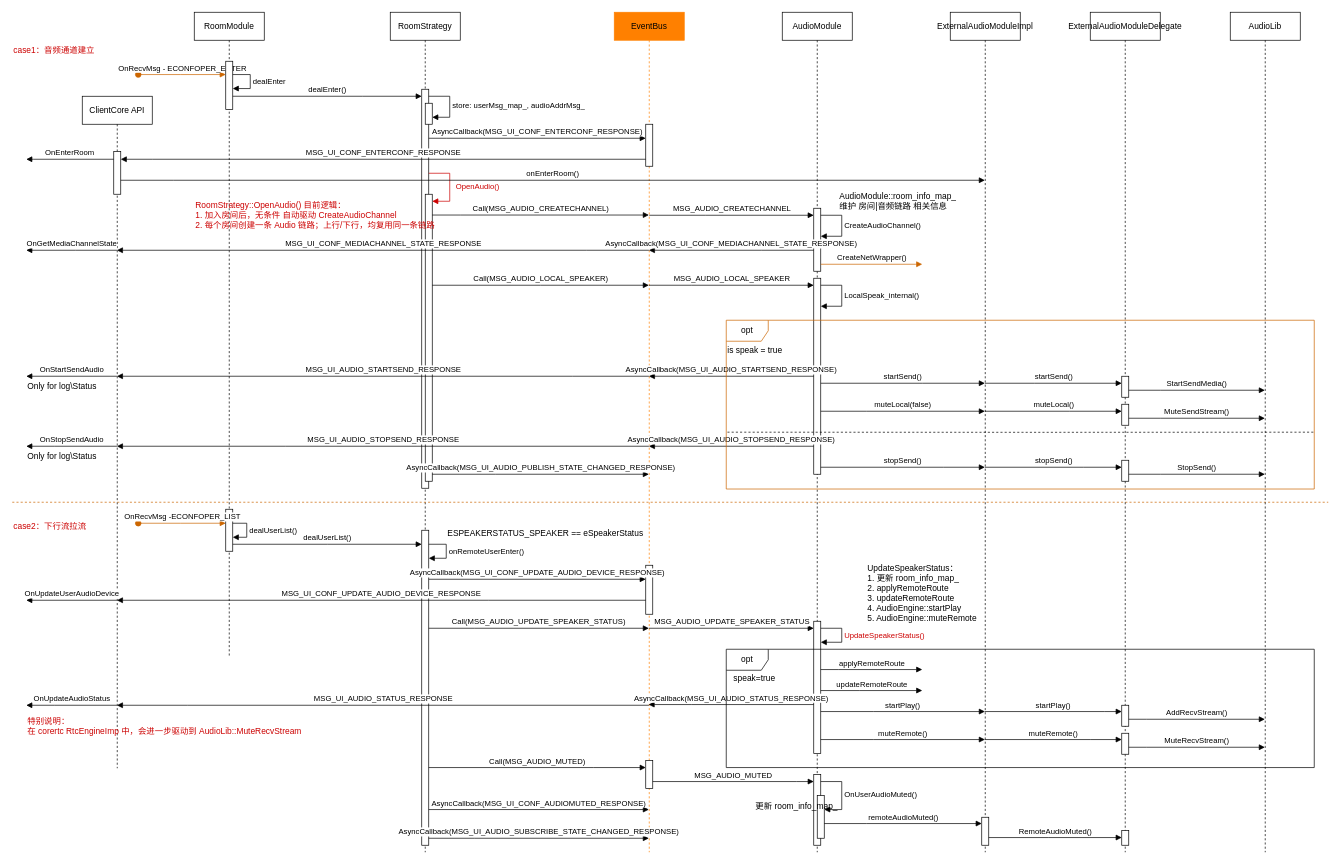
Earlier version of the draw.io diagram audio-channel.drawio (cnnop007/arch-docs). Source tidied: cells renumbered, new cells numbered last; positions are measured from the earlier drawing's top-left corner, leaving out a move shared by most shapes. Both pictures are drawn from the tidied source at 70%, with x=0, y=0 at pixel (12, 12).
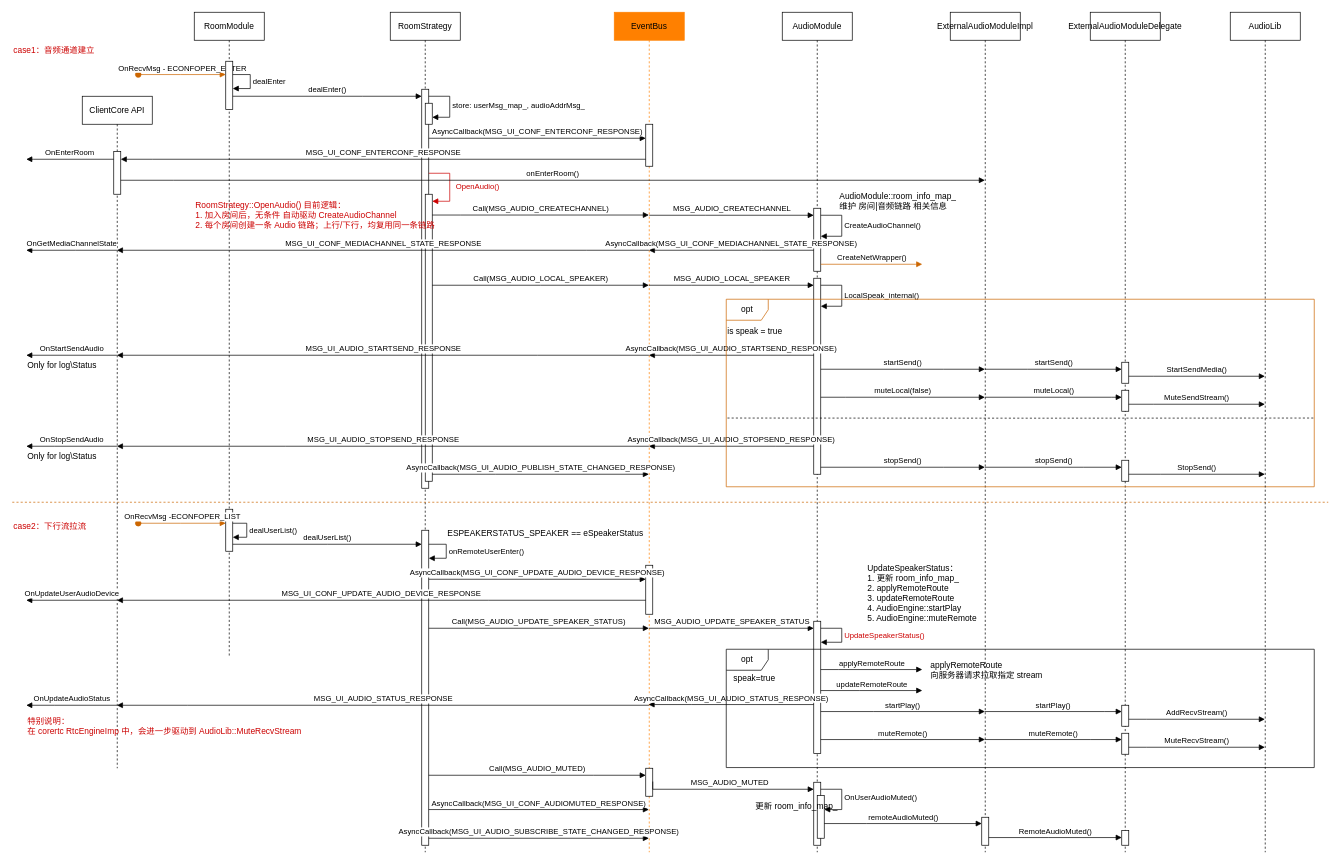
After the change.

The change refers to these unchanged cells:
```xml
<mxCell id="14" style="html=1;points=[];perimeter=orthogonalPerimeter;outlineConnect=0;targetShapes=umlLifeline;portConstraint=eastwest;newEdgeStyle={&quot;edgeStyle&quot;:&quot;elbowEdgeStyle&quot;,&quot;elbow&quot;:&quot;vertical&quot;,&quot;curved&quot;:0,&quot;rounded&quot;:0};" parent="8" vertex="1">
  <mxGeometry x="45" y="740" width="10" height="450" as="geometry" />
</mxCell>
<mxCell id="17" value="EventBus" style="shape=umlLifeline;perimeter=lifelinePerimeter;whiteSpace=wrap;html=1;outlineConnect=0;portConstraint=eastwest;newEdgeStyle={&quot;edgeStyle&quot;:&quot;elbowEdgeStyle&quot;,&quot;elbow&quot;:&quot;vertical&quot;,&quot;curved&quot;:0,&quot;rounded&quot;:0};strokeColor=#FF8000;fillColor=#FF8000;fontColor=#000000;" parent="1" vertex="1">
  <mxGeometry x="860" width="100" height="1200" as="geometry" />
</mxCell>
<mxCell id="22" value="ExternalAudioModuleImpl" style="shape=umlLifeline;perimeter=lifelinePerimeter;whiteSpace=wrap;html=1;outlineConnect=0;portConstraint=eastwest;newEdgeStyle={&quot;edgeStyle&quot;:&quot;elbowEdgeStyle&quot;,&quot;elbow&quot;:&quot;vertical&quot;,&quot;curved&quot;:0,&quot;rounded&quot;:0};" parent="1" vertex="1">
  <mxGeometry x="1340" width="100" height="1200" as="geometry" />
</mxCell>
<mxCell id="24" value="ClientCore API" style="shape=umlLifeline;perimeter=lifelinePerimeter;whiteSpace=wrap;html=1;outlineConnect=0;portConstraint=eastwest;newEdgeStyle={&quot;edgeStyle&quot;:&quot;elbowEdgeStyle&quot;,&quot;elbow&quot;:&quot;vertical&quot;,&quot;curved&quot;:0,&quot;rounded&quot;:0};" parent="1" vertex="1">
  <mxGeometry x="100" y="120" width="100" height="960" as="geometry" />
</mxCell>
<mxCell id="30" value="AudioModule" style="shape=umlLifeline;perimeter=lifelinePerimeter;whiteSpace=wrap;html=1;newEdgeStyle={&quot;edgeStyle&quot;:&quot;elbowEdgeStyle&quot;,&quot;elbow&quot;:&quot;vertical&quot;,&quot;curved&quot;:0,&quot;rounded&quot;:0};" parent="1" vertex="1">
  <mxGeometry x="1100" width="100" height="1200" as="geometry" />
</mxCell>
<mxCell id="33" style="html=1;points=[];perimeter=orthogonalPerimeter;outlineConnect=0;targetShapes=umlLifeline;portConstraint=eastwest;newEdgeStyle={&quot;edgeStyle&quot;:&quot;elbowEdgeStyle&quot;,&quot;elbow&quot;:&quot;vertical&quot;,&quot;curved&quot;:0,&quot;rounded&quot;:0};" parent="30" vertex="1">
  <mxGeometry x="45" y="870" width="10" height="189" as="geometry" />
</mxCell>
<mxCell id="36" style="html=1;points=[];perimeter=orthogonalPerimeter;outlineConnect=0;targetShapes=umlLifeline;portConstraint=eastwest;newEdgeStyle={&quot;edgeStyle&quot;:&quot;elbowEdgeStyle&quot;,&quot;elbow&quot;:&quot;vertical&quot;,&quot;curved&quot;:0,&quot;rounded&quot;:0};" parent="30" vertex="1">
  <mxGeometry x="50" y="1119" width="10" height="61" as="geometry" />
</mxCell>
<mxCell id="38" style="html=1;points=[];perimeter=orthogonalPerimeter;outlineConnect=0;targetShapes=umlLifeline;portConstraint=eastwest;newEdgeStyle={&quot;edgeStyle&quot;:&quot;elbowEdgeStyle&quot;,&quot;elbow&quot;:&quot;vertical&quot;,&quot;curved&quot;:0,&quot;rounded&quot;:0};" parent="30" vertex="1">
  <mxGeometry x="45" y="380" width="10" height="280" as="geometry" />
</mxCell>
<mxCell id="60" value="ExternalAudioModuleDelegate" style="shape=umlLifeline;perimeter=lifelinePerimeter;whiteSpace=wrap;html=1;newEdgeStyle={&quot;edgeStyle&quot;:&quot;elbowEdgeStyle&quot;,&quot;elbow&quot;:&quot;vertical&quot;,&quot;curved&quot;:0,&quot;rounded&quot;:0};" parent="1" vertex="1">
  <mxGeometry x="1540" width="100" height="1200" as="geometry" />
</mxCell>
<mxCell id="100" value="AudioLib" style="shape=umlLifeline;perimeter=lifelinePerimeter;whiteSpace=wrap;html=1;outlineConnect=0;portConstraint=eastwest;newEdgeStyle={&quot;edgeStyle&quot;:&quot;elbowEdgeStyle&quot;,&quot;elbow&quot;:&quot;vertical&quot;,&quot;curved&quot;:0,&quot;rounded&quot;:0};" parent="1" vertex="1">
  <mxGeometry x="1740" width="100" height="1200" as="geometry" />
</mxCell>
```

The edit, as a diff of the source:
```diff
@@
     <mxCell id="20" style="html=1;points=[];perimeter=orthogonalPerimeter;outlineConnect=0;targetShapes=umlLifeline;portConstraint=eastwest;newEdgeStyle={&quot;edgeStyle&quot;:&quot;elbowEdgeStyle&quot;,&quot;elbow&quot;:&quot;vertical&quot;,&quot;curved&quot;:0,&quot;rounded&quot;:0};" parent="17" vertex="1">
-      <mxGeometry x="45" y="1069" width="10" height="40" as="geometry" />
+      <mxGeometry x="45" y="1080" width="10" height="40" as="geometry" />
     </mxCell>
@@
     <mxCell id="35" style="html=1;points=[];perimeter=orthogonalPerimeter;outlineConnect=0;targetShapes=umlLifeline;portConstraint=eastwest;newEdgeStyle={&quot;edgeStyle&quot;:&quot;elbowEdgeStyle&quot;,&quot;elbow&quot;:&quot;vertical&quot;,&quot;curved&quot;:0,&quot;rounded&quot;:0};" parent="30" vertex="1">
-      <mxGeometry x="45" y="1089" width="10" height="101" as="geometry" />
+      <mxGeometry x="45" y="1100" width="10" height="90" as="geometry" />
     </mxCell>
@@
     <mxCell id="37" value="OnUserAudioMuted()" style="html=1;align=left;spacingLeft=2;endArrow=block;rounded=0;edgeStyle=orthogonalEdgeStyle;curved=0;rounded=0;" parent="30" edge="1" source="35" target="36">
       <mxGeometry relative="1" as="geometry">
         <Array as="points">
-          <mxPoint x="85" y="1099" />
+          <mxPoint x="85" y="1110" />
           <mxPoint x="85" y="1139" />
         </Array>
       </mxGeometry>
     </mxCell>
@@
-    <mxCell id="56" value="Call(MSG_AUDIO_MUTED)" style="html=1;verticalAlign=bottom;endArrow=block;edgeStyle=elbowEdgeStyle;elbow=vertical;curved=0;rounded=0;" parent="1" edge="1" target="20">
+    <mxCell id="56" value="Call(MSG_AUDIO_MUTED)" style="html=1;verticalAlign=bottom;endArrow=block;edgeStyle=elbowEdgeStyle;elbow=vertical;curved=0;rounded=0;" parent="1" edge="1" source="14" target="20">
       <mxGeometry relative="1" as="geometry">
-        <mxPoint x="595" y="1079" as="sourcePoint" />
         <Array as="points">
-          <mxPoint x="830" y="1079" />
+          <mxPoint x="830" y="1090" />
+          <mxPoint x="840" y="1100" />
           <mxPoint x="870" y="1059" />
           <mxPoint x="840" y="1039" />
           <mxPoint x="860" y="1029" />
           <mxPoint x="840" y="1019" />
           <mxPoint x="770" y="999" />
         </Array>
       </mxGeometry>
     </mxCell>
     <mxCell id="57" value="MSG_AUDIO_MUTED" style="html=1;verticalAlign=bottom;endArrow=block;edgeStyle=elbowEdgeStyle;elbow=vertical;curved=0;rounded=0;" parent="1" edge="1" target="35">
       <mxGeometry relative="1" as="geometry">
         <mxPoint x="915" y="1099" as="sourcePoint" />
         <Array as="points">
+          <mxPoint x="960" y="1110" />
           <mxPoint x="1120" y="1099" />
         </Array>
       </mxGeometry>
     </mxCell>
@@
     <mxCell id="62" style="html=1;points=[];perimeter=orthogonalPerimeter;outlineConnect=0;targetShapes=umlLifeline;portConstraint=eastwest;newEdgeStyle={&quot;edgeStyle&quot;:&quot;elbowEdgeStyle&quot;,&quot;elbow&quot;:&quot;vertical&quot;,&quot;curved&quot;:0,&quot;rounded&quot;:0};" parent="60" vertex="1">
-      <mxGeometry x="45" y="520" width="10" height="30" as="geometry" />
+      <mxGeometry x="45" y="500" width="10" height="30" as="geometry" />
     </mxCell>
-    <mxCell id="63" style="html=1;points=[];perimeter=orthogonalPerimeter;outlineConnect=0;targetShapes=umlLifeline;portConstraint=eastwest;newEdgeStyle={&quot;edgeStyle&quot;:&quot;elbowEdgeStyle&quot;,&quot;elbow&quot;:&quot;vertical&quot;,&quot;curved&quot;:0,&quot;rounded&quot;:0};" parent="60" vertex="1">
-      <mxGeometry x="45" y="560" width="10" height="30" as="geometry" />
-    </mxCell>
@@
     <mxCell id="70" value="applyRemoteRoute" style="html=1;verticalAlign=bottom;endArrow=block;edgeStyle=elbowEdgeStyle;elbow=vertical;curved=0;rounded=0;" parent="1" edge="1" source="33">
-      <mxGeometry relative="1" as="geometry">
+      <mxGeometry x="0.01" relative="1" as="geometry">
         <mxPoint x="1300" y="939" as="targetPoint" />
         <Array as="points">
           <mxPoint x="1180" y="939" />
         </Array>
       </mxGeometry>
     </mxCell>
@@
     <mxCell id="85" value="AsyncCallback(MSG_UI_AUDIO_STARTSEND_RESPONSE)" style="html=1;verticalAlign=bottom;endArrow=block;edgeStyle=elbowEdgeStyle;elbow=vertical;curved=0;rounded=0;" parent="1" edge="1" source="38" target="17">
       <mxGeometry relative="1" as="geometry">
         <Array as="points">
+          <mxPoint x="970" y="490" />
+          <mxPoint x="960" y="480" />
+          <mxPoint x="980" y="510" />
           <mxPoint x="990" y="520" />
           <mxPoint x="1000" y="540" />
           <mxPoint x="1040" y="521" />
         </Array>
       </mxGeometry>
     </mxCell>
     <mxCell id="86" value="MSG_UI_AUDIO_STARTSEND_RESPONSE" style="html=1;verticalAlign=bottom;endArrow=block;edgeStyle=elbowEdgeStyle;elbow=vertical;curved=0;rounded=0;" parent="1" edge="1" source="17" target="24">
       <mxGeometry relative="1" as="geometry">
         <Array as="points">
+          <mxPoint x="750" y="490" />
           <mxPoint x="800" y="520" />
           <mxPoint x="420" y="520" />
           <mxPoint x="120" y="520" />
         </Array>
       </mxGeometry>
     </mxCell>
     <mxCell id="87" value="OnStartSendAudio" style="html=1;verticalAlign=bottom;endArrow=block;edgeStyle=elbowEdgeStyle;elbow=vertical;curved=0;rounded=0;" parent="1" edge="1" source="24">
       <mxGeometry relative="1" as="geometry">
-        <mxPoint x="20" y="520" as="targetPoint" />
+        <mxPoint x="20" y="490" as="targetPoint" />
         <Array as="points">
+          <mxPoint x="130" y="490" />
           <mxPoint x="100" y="520" />
           <mxPoint x="30" y="540" />
         </Array>
       </mxGeometry>
     </mxCell>
     <mxCell id="88" value="Only for log\Status" style="text;html=1;align=left;verticalAlign=middle;strokeColor=none;fillColor=none;" parent="1" vertex="1">
-      <mxGeometry x="20" y="520" width="120" height="30" as="geometry" />
+      <mxGeometry x="20" y="490" width="120" height="30" as="geometry" />
     </mxCell>
     <mxCell id="89" value="startSend()" style="html=1;verticalAlign=bottom;endArrow=block;edgeStyle=elbowEdgeStyle;elbow=vertical;curved=0;rounded=0;" parent="1" edge="1" source="38" target="22">
       <mxGeometry relative="1" as="geometry">
         <Array as="points">
+          <mxPoint x="1330" y="510" />
           <mxPoint x="1300" y="530" />
           <mxPoint x="1200" y="540" />
           <mxPoint x="1220" y="560" />
         </Array>
       </mxGeometry>
     </mxCell>
     <mxCell id="90" value="muteLocal(false)" style="html=1;verticalAlign=bottom;endArrow=block;edgeStyle=elbowEdgeStyle;elbow=vertical;curved=0;rounded=0;" parent="1" edge="1" source="38" target="22">
       <mxGeometry relative="1" as="geometry">
         <Array as="points">
+          <mxPoint x="1190" y="550" />
           <mxPoint x="1220" y="570" />
           <mxPoint x="1260" y="560" />
           <mxPoint x="1220" y="580" />
           <mxPoint x="1210" y="600" />
           <mxPoint x="1190" y="560" />
         </Array>
       </mxGeometry>
     </mxCell>
@@
     <mxCell id="93" style="group;strokeColor=none;" parent="1" vertex="1">
-      <mxGeometry x="1020" y="440" width="840" height="270" as="geometry" />
+      <mxGeometry x="1020" y="410" width="840" height="300" as="geometry" />
     </mxCell>
     <mxCell id="94" value="opt" style="shape=umlFrame;whiteSpace=wrap;html=1;strokeColor=#CC6600;" parent="93" vertex="1">
-      <mxGeometry width="840" height="241.1" as="geometry" />
+      <mxGeometry width="840" height="267.9" as="geometry" />
     </mxCell>
     <mxCell id="95" value="is speak = true" style="text;html=1;align=left;verticalAlign=middle;strokeColor=none;fillColor=none;" parent="93" vertex="1">
-      <mxGeometry y="27.8" width="100" height="30" as="geometry" />
+      <mxGeometry y="30.9" width="100" height="30" as="geometry" />
     </mxCell>
     <mxCell id="96" style="endArrow=none;dashed=1;html=1;rounded=0;entryX=1.001;entryY=0.654;entryDx=0;entryDy=0;entryPerimeter=0;exitX=0.002;exitY=0.654;exitDx=0;exitDy=0;exitPerimeter=0;" parent="93" edge="1">
       <mxGeometry relative="1" as="geometry">
-        <mxPoint x="1.7" y="159.9" as="sourcePoint" />
-        <mxPoint x="840.8" y="159.9" as="targetPoint" />
+        <mxPoint x="1.7" y="169.7" as="sourcePoint" />
+        <mxPoint x="840.8" y="169.7" as="targetPoint" />
         <Array as="points">
-          <mxPoint x="450" y="160.1" />
+          <mxPoint x="450" y="169.9" />
         </Array>
       </mxGeometry>
     </mxCell>
+    <mxCell id="63" style="html=1;points=[];perimeter=orthogonalPerimeter;outlineConnect=0;targetShapes=umlLifeline;portConstraint=eastwest;newEdgeStyle={&quot;edgeStyle&quot;:&quot;elbowEdgeStyle&quot;,&quot;elbow&quot;:&quot;vertical&quot;,&quot;curved&quot;:0,&quot;rounded&quot;:0};" parent="93" vertex="1">
+      <mxGeometry x="565" y="130" width="10" height="30" as="geometry" />
+    </mxCell>
     <mxCell id="97" value="startSend()" style="html=1;verticalAlign=bottom;endArrow=block;edgeStyle=elbowEdgeStyle;elbow=vertical;curved=0;rounded=0;" parent="1" edge="1" source="22" target="62">
       <mxGeometry relative="1" as="geometry">
         <Array as="points">
+          <mxPoint x="1450" y="510" />
           <mxPoint x="1460" y="530" />
         </Array>
       </mxGeometry>
     </mxCell>
     <mxCell id="98" value="muteLocal()" style="html=1;verticalAlign=bottom;endArrow=block;edgeStyle=elbowEdgeStyle;elbow=vertical;curved=0;rounded=0;" parent="1" edge="1" source="22" target="63">
       <mxGeometry relative="1" as="geometry">
         <Array as="points">
+          <mxPoint x="1570" y="550" />
+          <mxPoint x="1430" y="550" />
+          <mxPoint x="1440" y="560" />
+          <mxPoint x="1430" y="550" />
+          <mxPoint x="1460" y="560" />
           <mxPoint x="1510" y="570" />
           <mxPoint x="1440" y="570" />
           <mxPoint x="1470" y="560" />
         </Array>
       </mxGeometry>
     </mxCell>
@@
     <mxCell id="101" value="StartSendMedia()" style="html=1;verticalAlign=bottom;endArrow=block;edgeStyle=elbowEdgeStyle;elbow=vertical;curved=0;rounded=0;" parent="1" edge="1" source="62" target="100">
       <mxGeometry relative="1" as="geometry">
         <Array as="points">
+          <mxPoint x="1630" y="520" />
+          <mxPoint x="1660" y="530" />
           <mxPoint x="1640" y="540" />
         </Array>
       </mxGeometry>
     </mxCell>
     <mxCell id="102" value="MuteSendStream()" style="html=1;verticalAlign=bottom;endArrow=block;edgeStyle=elbowEdgeStyle;elbow=vertical;curved=0;rounded=0;" parent="1" edge="1" source="63" target="100">
       <mxGeometry relative="1" as="geometry">
         <Array as="points">
+          <mxPoint x="1630" y="560" />
           <mxPoint x="1640" y="580" />
           <mxPoint x="1750" y="590" />
           <mxPoint x="1760" y="580" />
         </Array>
       </mxGeometry>
     </mxCell>
@@
+    <mxCell id="113" value="applyRemoteRoute&lt;br&gt;向服务器请求拉取指定 stream" style="text;html=1;align=left;verticalAlign=middle;strokeColor=none;fillColor=none;" parent="1" vertex="1">
+      <mxGeometry x="1310" y="920" width="180" height="40" as="geometry" />
+    </mxCell>
```
